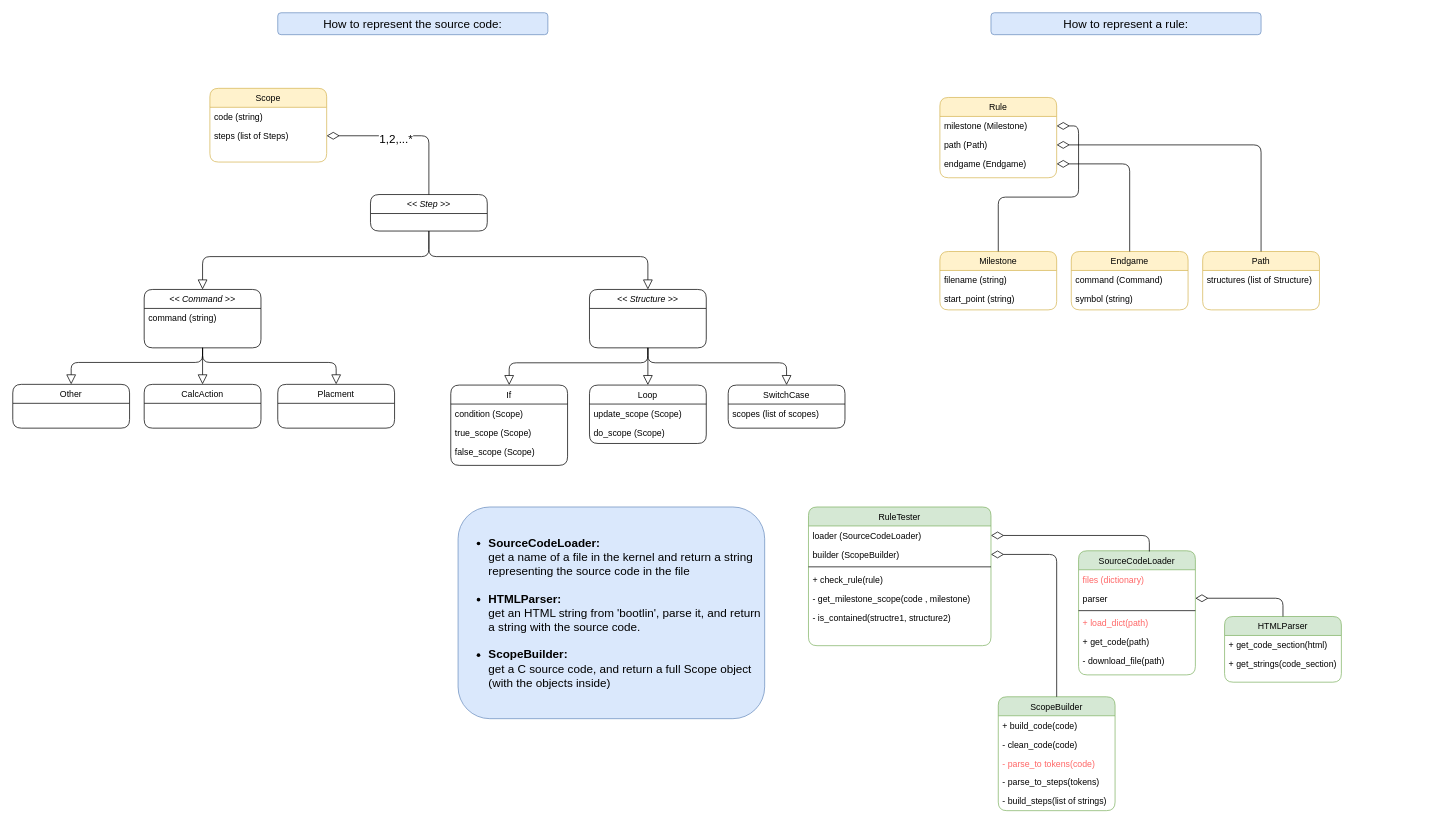
Before: Untitled Diagram.drawio in zivnaim/simon, a draw.io diagram. Source tidied: cells renumbered, new cells numbered last; positions are measured from the earlier drawing's top-left corner, leaving out a move shared by most shapes. Both pictures are drawn from the tidied source at 73%, with x=0, y=0 at pixel (12, 12).
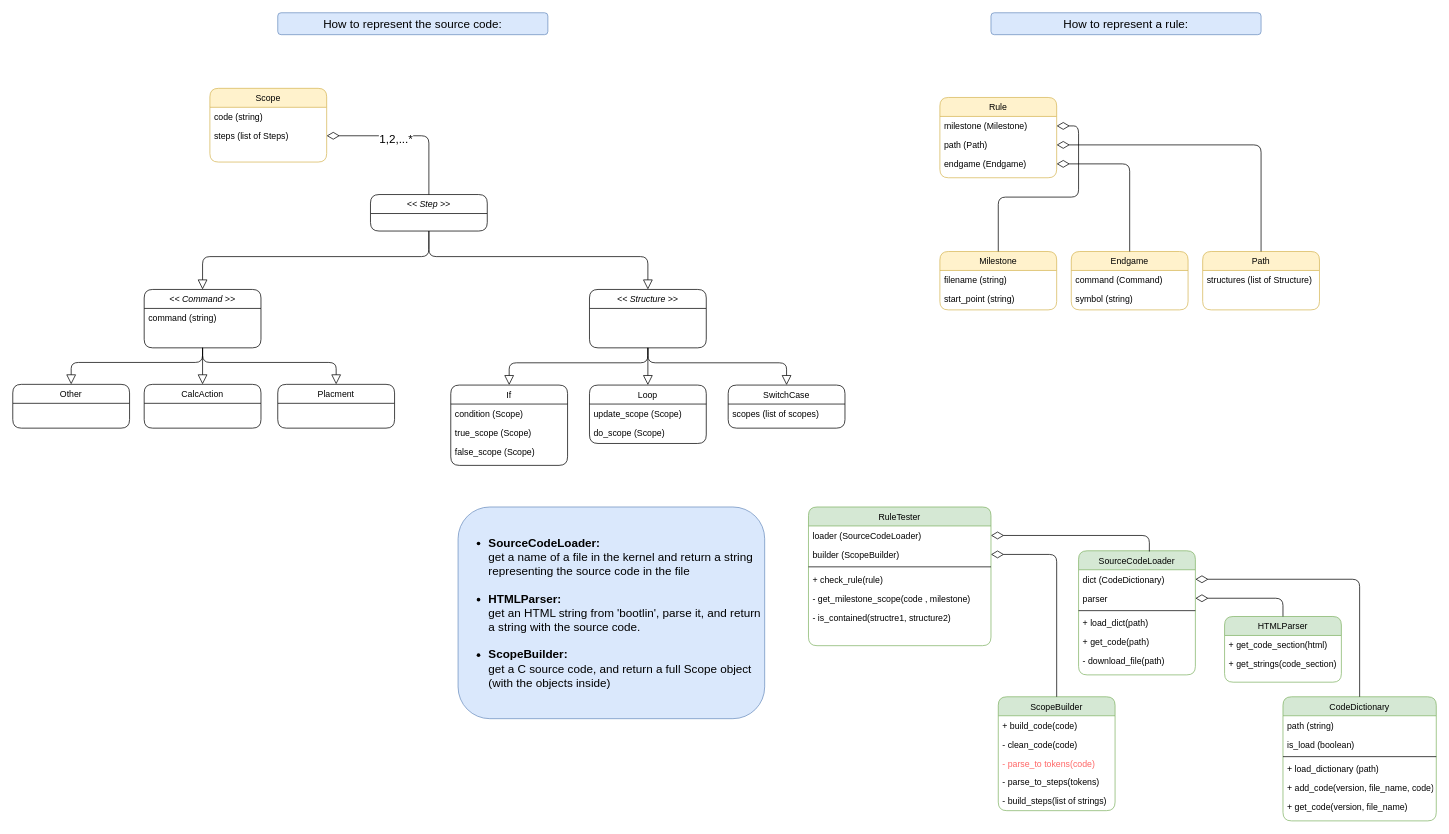
The same page after the edit.

The change refers to these unchanged cells:
```xml
<mxCell id="2" value="SourceCodeLoader" style="swimlane;fontStyle=0;align=center;verticalAlign=top;horizontal=1;startSize=26;rounded=1;shadow=0;strokeWidth=1;fillColor=#d5e8d4;strokeColor=#82b366;" parent="1" vertex="1">
  <mxGeometry x="1460" y="737" width="160" height="170" as="geometry" />
</mxCell>
```

Change to the diagram source:
```diff
@@
-    <mxCell id="3" value="files (dictionary) " style="text;align=left;verticalAlign=top;spacingLeft=4;spacingRight=4;overflow=hidden;points=[[0,0.5],[1,0.5]];portConstraint=eastwest;rounded=1;fontColor=#FF6666;" parent="2" vertex="1">
+    <mxCell id="3" value="dict (CodeDictionary)" style="text;align=left;verticalAlign=top;spacingLeft=4;spacingRight=4;overflow=hidden;points=[[0,0.5],[1,0.5]];portConstraint=eastwest;rounded=1;fontColor=#000000;" parent="2" vertex="1">
       <mxGeometry y="26" width="160" height="26" as="geometry" />
     </mxCell>
@@
-    <mxCell id="6" value="+ load_dict(path)" style="text;align=left;verticalAlign=top;spacingLeft=4;spacingRight=4;overflow=hidden;rounded=1;fontColor=#FF6666;" parent="2" vertex="1">
+    <mxCell id="6" value="+ load_dict(path)" style="text;align=left;verticalAlign=top;spacingLeft=4;spacingRight=4;overflow=hidden;rounded=1;fontColor=#000000;" parent="2" vertex="1">
       <mxGeometry y="86" width="160" height="26" as="geometry" />
     </mxCell>
@@
+    <mxCell id="75" value="CodeDictionary" style="swimlane;fontStyle=0;align=center;verticalAlign=top;horizontal=1;startSize=26;rounded=1;shadow=0;strokeWidth=1;fillColor=#d5e8d4;strokeColor=#82b366;swimlaneLine=1;" parent="1" vertex="1">
+      <mxGeometry x="1740" y="937" width="210" height="170" as="geometry" />
+    </mxCell>
+    <mxCell id="76" value="path (string)" style="text;align=left;verticalAlign=top;spacingLeft=4;spacingRight=4;overflow=hidden;rounded=1;fontColor=#000000;" parent="75" vertex="1">
+      <mxGeometry y="26" width="210" height="26" as="geometry" />
+    </mxCell>
+    <mxCell id="77" value="is_load (boolean)" style="text;align=left;verticalAlign=top;spacingLeft=4;spacingRight=4;overflow=hidden;rounded=1;shadow=0;html=0;" parent="75" vertex="1">
+      <mxGeometry y="52" width="210" height="26" as="geometry" />
+    </mxCell>
+    <mxCell id="78" style="line;html=1;strokeWidth=1;align=left;verticalAlign=middle;spacingTop=-1;spacingLeft=3;spacingRight=3;labelPosition=right;rounded=1;" parent="75" vertex="1">
+      <mxGeometry y="78" width="210" height="8" as="geometry" />
+    </mxCell>
+    <mxCell id="79" value="+ load_dictionary (path)" style="text;align=left;verticalAlign=top;spacingLeft=4;spacingRight=4;overflow=hidden;rounded=1;fontColor=#000000;" parent="75" vertex="1">
+      <mxGeometry y="86" width="210" height="26" as="geometry" />
+    </mxCell>
+    <mxCell id="80" value="+ add_code(version, file_name, code)" style="text;align=left;verticalAlign=top;spacingLeft=4;spacingRight=4;overflow=hidden;rounded=1;" parent="75" vertex="1">
+      <mxGeometry y="112" width="210" height="26" as="geometry" />
+    </mxCell>
+    <mxCell id="81" value="+ get_code(version, file_name)" style="text;align=left;verticalAlign=top;spacingLeft=4;spacingRight=4;overflow=hidden;rounded=1;" parent="75" vertex="1">
+      <mxGeometry y="138" width="210" height="26" as="geometry" />
+    </mxCell>
+    <mxCell id="82" style="edgeStyle=orthogonalEdgeStyle;rounded=1;jettySize=auto;html=1;exitX=1;exitY=0.5;exitDx=0;exitDy=0;entryX=0.5;entryY=0;entryDx=0;entryDy=0;fontColor=#000000;sketch=0;shadow=0;endArrow=none;endFill=0;startArrow=diamondThin;startFill=0;startSize=15;" parent="1" edge="1" source="3" target="75">
+      <mxGeometry relative="1" as="geometry" />
+    </mxCell>
```
